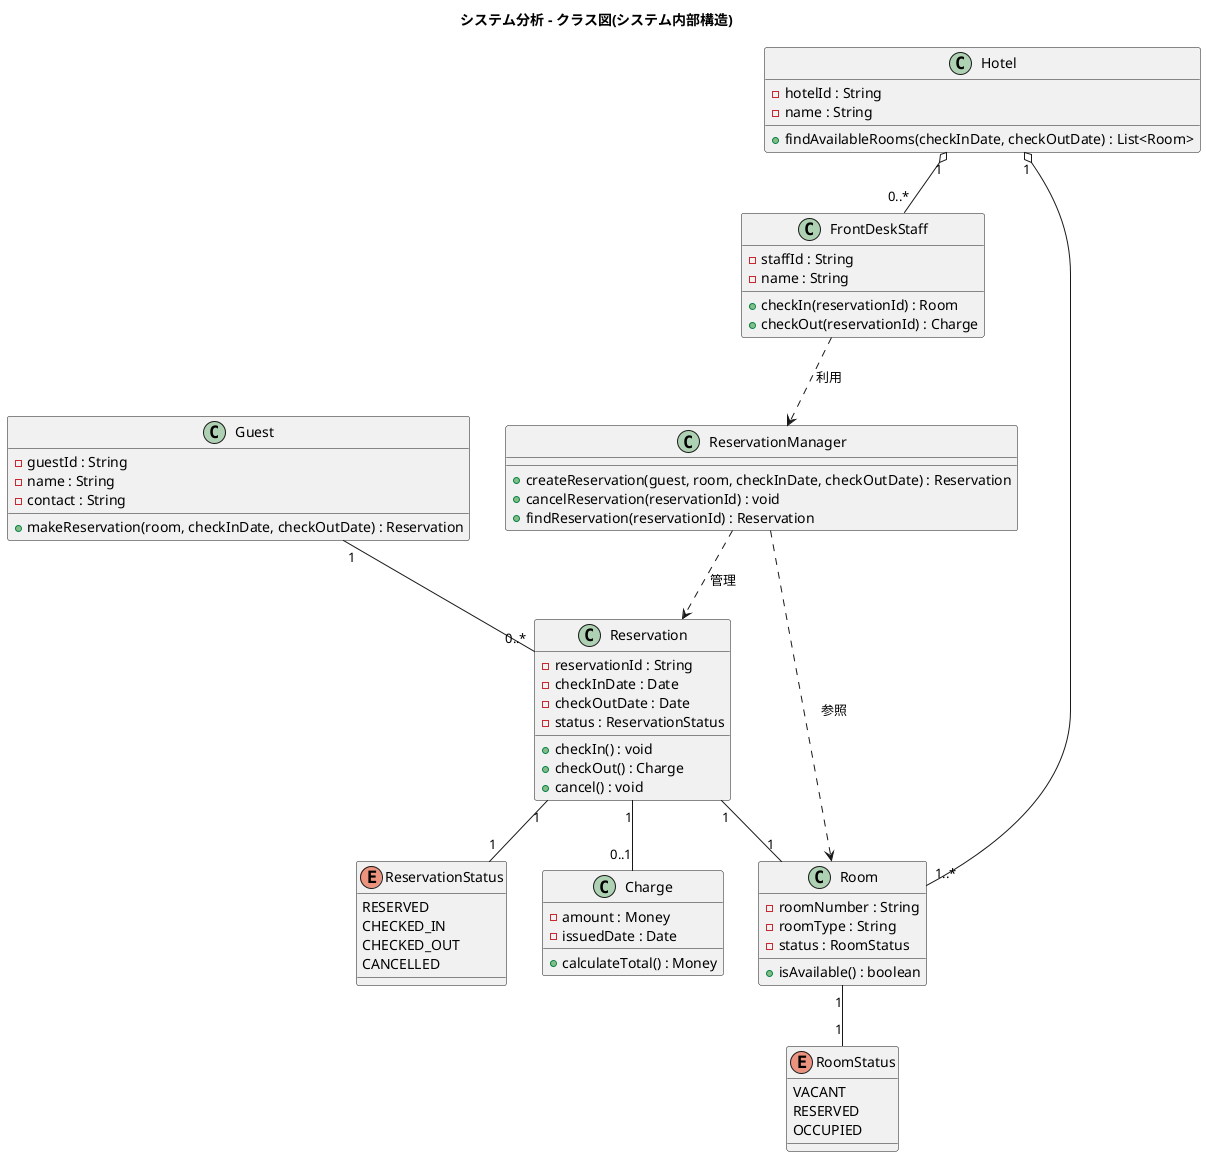
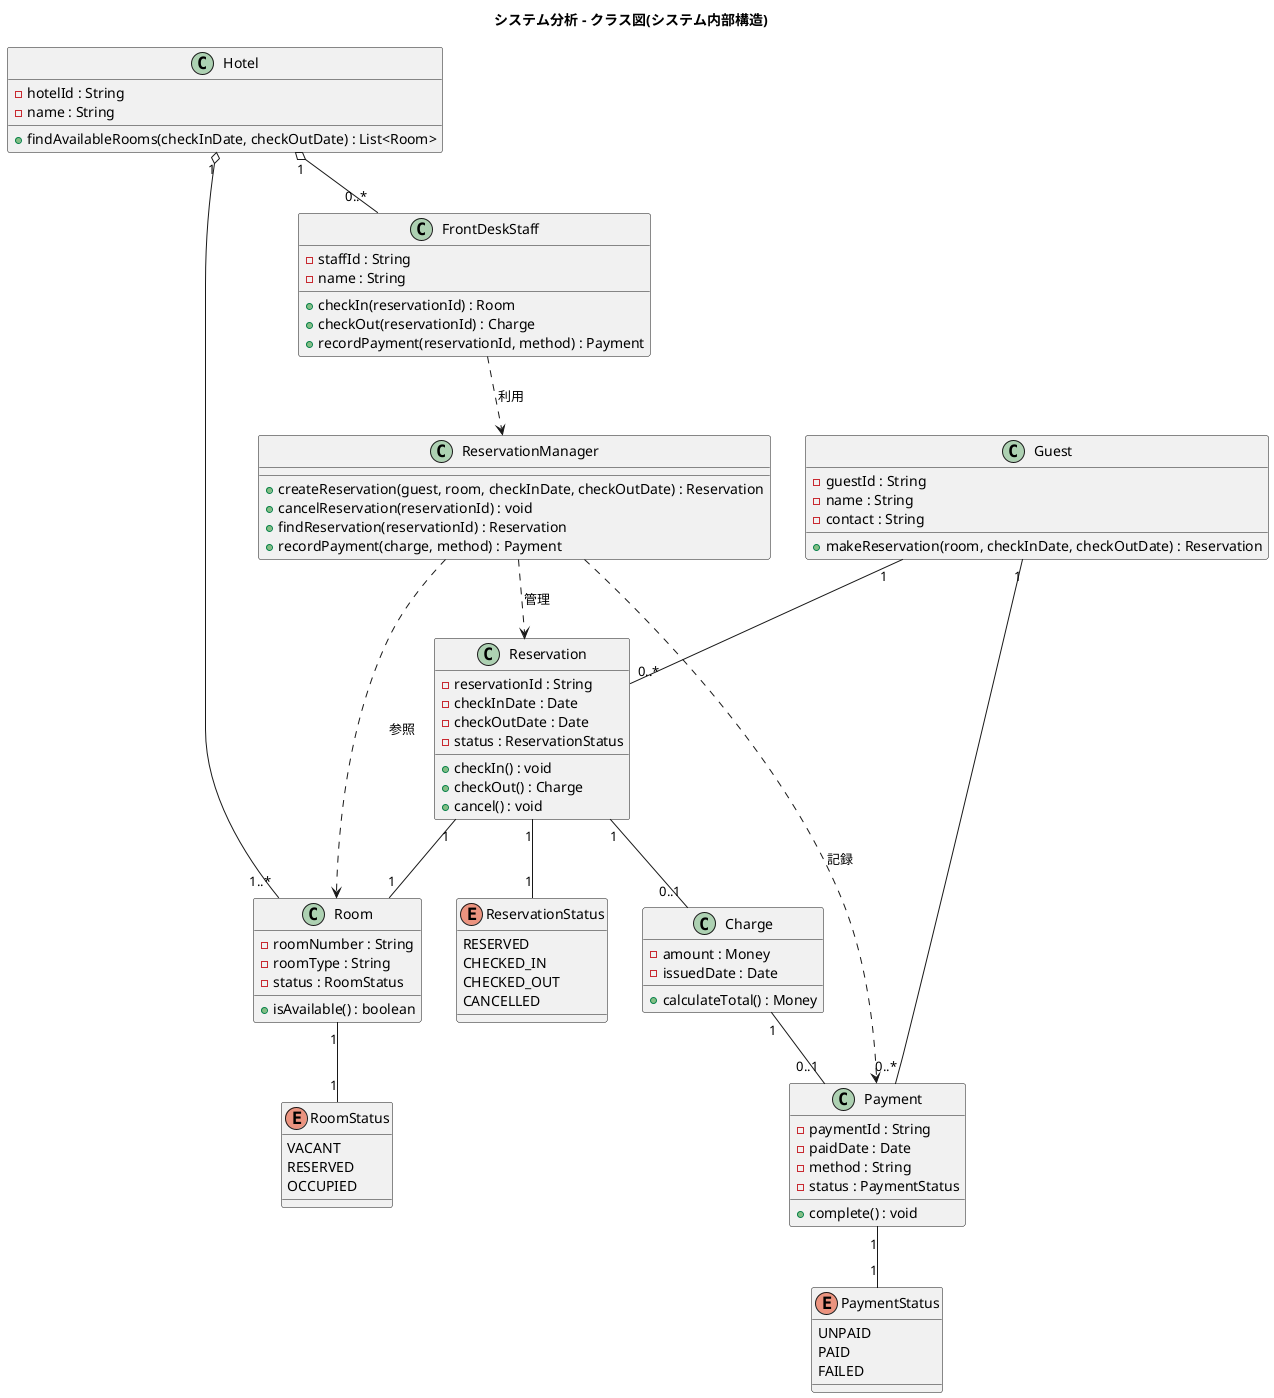
@startuml system_class_diagram
title システム分析 - クラス図(システム内部構造)

class Guest {
  -guestId : String
  -name : String
  -contact : String
  +makeReservation(room, checkInDate, checkOutDate) : Reservation
}

class FrontDeskStaff {
  -staffId : String
  -name : String
  +checkIn(reservationId) : Room
  +checkOut(reservationId) : Charge
+   +recordPayment(reservationId, method) : Payment
}

class Hotel {
  -hotelId : String
  -name : String
  +findAvailableRooms(checkInDate, checkOutDate) : List<Room>
}

class Room {
  -roomNumber : String
  -roomType : String
  -status : RoomStatus
  +isAvailable() : boolean
}

enum RoomStatus {
  VACANT
  RESERVED
  OCCUPIED
}

class ReservationManager {
  +createReservation(guest, room, checkInDate, checkOutDate) : Reservation
  +cancelReservation(reservationId) : void
  +findReservation(reservationId) : Reservation
+   +recordPayment(charge, method) : Payment
}

class Reservation {
  -reservationId : String
  -checkInDate : Date
  -checkOutDate : Date
  -status : ReservationStatus
  +checkIn() : void
  +checkOut() : Charge
  +cancel() : void
}

enum ReservationStatus {
  RESERVED
  CHECKED_IN
  CHECKED_OUT
  CANCELLED
}

class Charge {
  -amount : Money
  -issuedDate : Date
  +calculateTotal() : Money
}

+ class Payment {
+   -paymentId : String
+   -paidDate : Date
+   -method : String
+   -status : PaymentStatus
+   +complete() : void
+ }
+ 
+ enum PaymentStatus {
+   UNPAID
+   PAID
+   FAILED
+ }
+ 
Hotel "1" o-- "1..*" Room
Hotel "1" o-- "0..*" FrontDeskStaff
Guest "1" -- "0..*" Reservation
+ Guest "1" -- "0..*" Payment
Reservation "1" -- "1" Room
Reservation "1" -- "0..1" Charge
+ Charge "1" -- "0..1" Payment
Room "1" -- "1" RoomStatus
Reservation "1" -- "1" ReservationStatus
+ Payment "1" -- "1" PaymentStatus
ReservationManager ..> Reservation : 管理
ReservationManager ..> Room : 参照
+ ReservationManager ..> Payment : 記録
FrontDeskStaff ..> ReservationManager : 利用

@enduml
